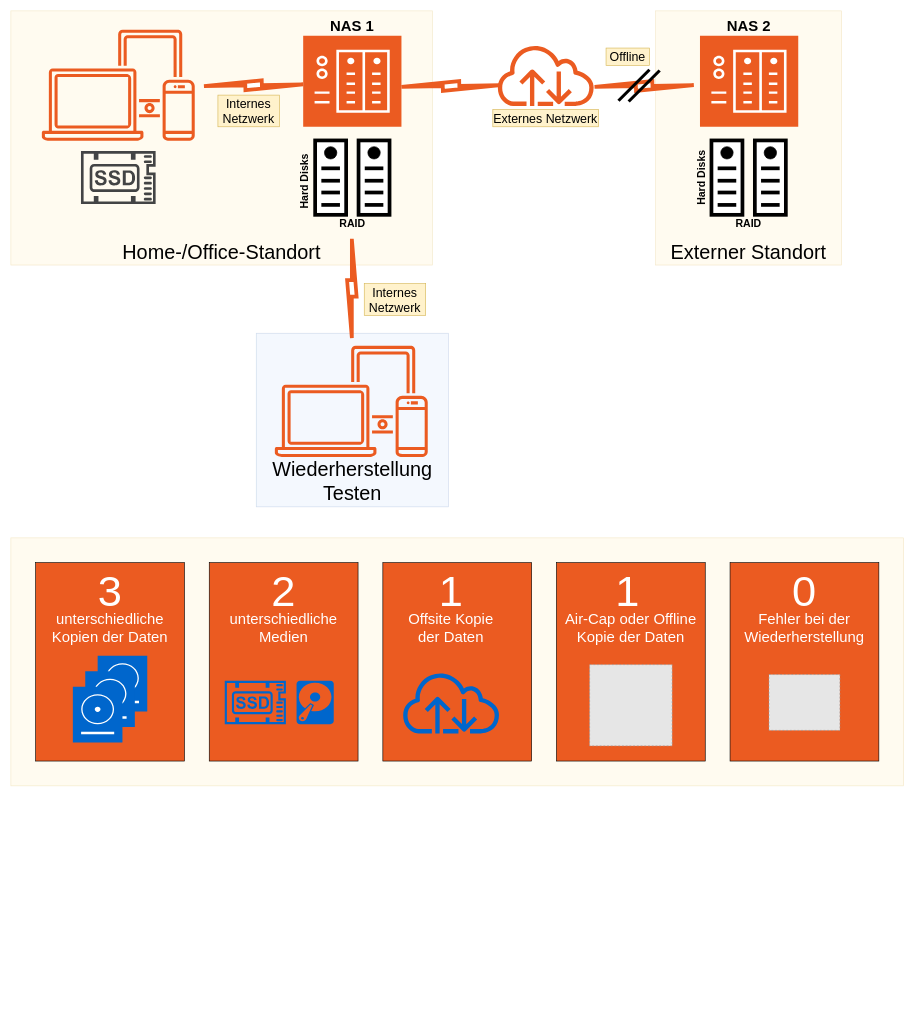
Earlier version of the draw.io diagram SmarterTec Data Management 3-2-1-1-0.drawio (noelchiocchetti/SmarterTec). Source tidied: cells renumbered, new cells numbered last; positions are measured from the earlier drawing's top-left corner, leaving out a move shared by most shapes. Both pictures are drawn from the tidied source at 62%, with x=0, y=0 at pixel (11, 11). Pictures stored in the file or linked from it are replaced by grey dashed boxes.
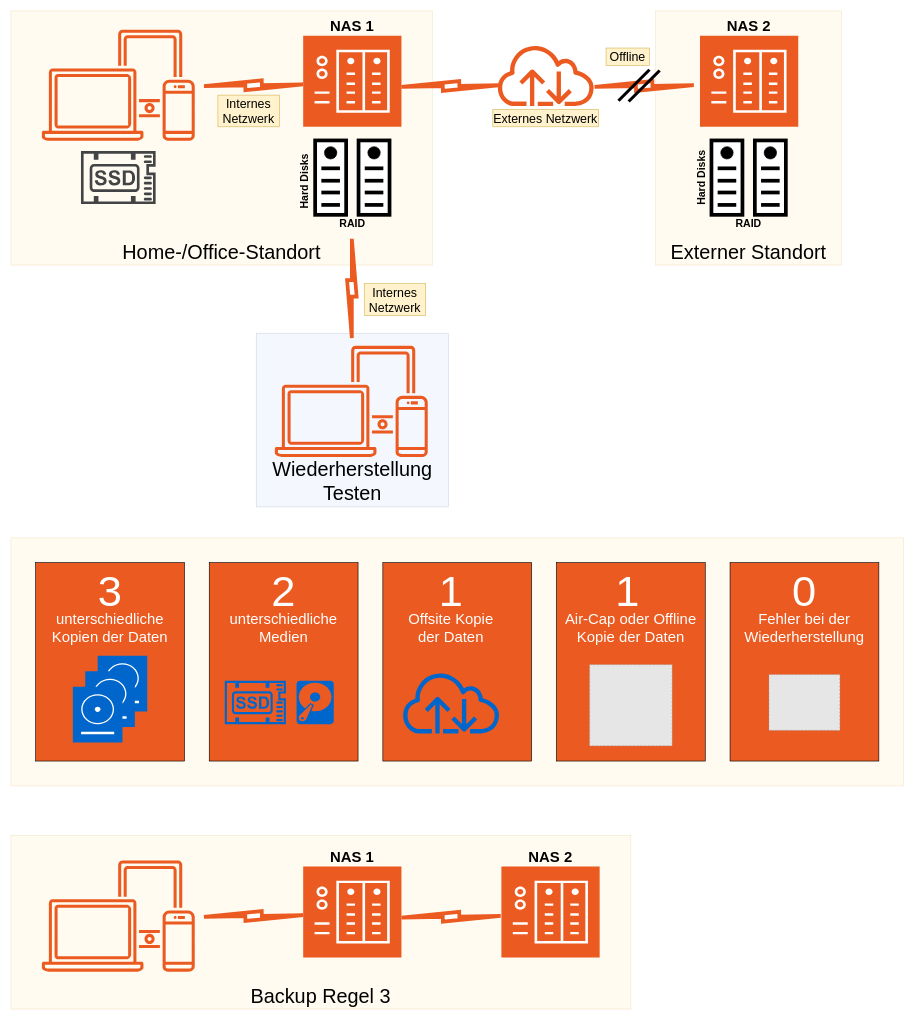
The same page after the edit.

What changed in the source:
```diff
@@
+    <mxCell id="82" value="&lt;font style=&quot;font-size: 32px;&quot;&gt;Backup Regel 3&lt;/font&gt;" style="rounded=0;whiteSpace=wrap;html=1;fillColor=#FFF2CC;strokeColor=#d6b656;opacity=30;labelPosition=center;verticalLabelPosition=middle;align=center;verticalAlign=bottom;" parent="1" vertex="1">
+      <mxGeometry y="1330" width="1000" height="280" as="geometry" />
+    </mxCell>
@@
+    <mxCell id="83" style="sketch=0;gradientColor=none;fontColor=#545B64;strokeColor=none;fillColor=#EB5B21;dashed=0;verticalLabelPosition=bottom;verticalAlign=top;align=center;html=1;fontSize=12;fontStyle=0;shape=mxgraph.aws4.illustration_devices;" parent="1" vertex="1">
+      <mxGeometry x="50" y="1370" width="246.6" height="180" as="geometry" />
+    </mxCell>
+    <mxCell id="84" style="sketch=0;shadow=0;dashed=0;html=1;strokeColor=none;fillColor=#EB5B21;labelPosition=center;verticalLabelPosition=bottom;verticalAlign=top;align=center;shape=mxgraph.veeam2.nas;" parent="1" vertex="1">
+      <mxGeometry x="471.5" y="1380" width="158.5" height="147" as="geometry" />
+    </mxCell>
+    <mxCell id="85" style="sketch=0;shadow=0;dashed=0;html=1;strokeColor=none;fillColor=#EB5B21;labelPosition=center;verticalLabelPosition=bottom;verticalAlign=top;align=center;shape=mxgraph.veeam2.nas;" parent="1" vertex="1">
+      <mxGeometry x="791.2" y="1380" width="158.5" height="147" as="geometry" />
+    </mxCell>
+    <mxCell id="86" style="html=1;verticalLabelPosition=bottom;align=center;labelBackgroundColor=#ffffff;verticalAlign=top;strokeWidth=6;strokeColor=#EB5B21;shadow=0;dashed=0;shape=mxgraph.ios7.icons.flash;rotation=-181;" parent="1" vertex="1">
+      <mxGeometry x="311.5" y="1452.3" width="160" height="15.4" as="geometry" />
+    </mxCell>
+    <mxCell id="87" style="html=1;verticalLabelPosition=bottom;align=center;labelBackgroundColor=#ffffff;verticalAlign=top;strokeWidth=6;strokeColor=#EB5B21;shadow=0;dashed=0;shape=mxgraph.ios7.icons.flash;rotation=-181;" parent="1" vertex="1">
+      <mxGeometry x="630" y="1453.5" width="160" height="15.4" as="geometry" />
+    </mxCell>
+    <mxCell id="88" value="NAS 1" style="text;html=1;whiteSpace=wrap;strokeColor=none;fillColor=none;align=center;verticalAlign=middle;rounded=0;fontSize=24;fontStyle=1;" parent="1" vertex="1">
+      <mxGeometry x="511.1" y="1350" width="79.2" height="30" as="geometry" />
+    </mxCell>
+    <mxCell id="89" value="NAS 2" style="text;html=1;whiteSpace=wrap;strokeColor=none;fillColor=none;align=center;verticalAlign=middle;rounded=0;fontSize=24;fontStyle=1;" parent="1" vertex="1">
+      <mxGeometry x="830.9" y="1350" width="79.2" height="30" as="geometry" />
+    </mxCell>
```
